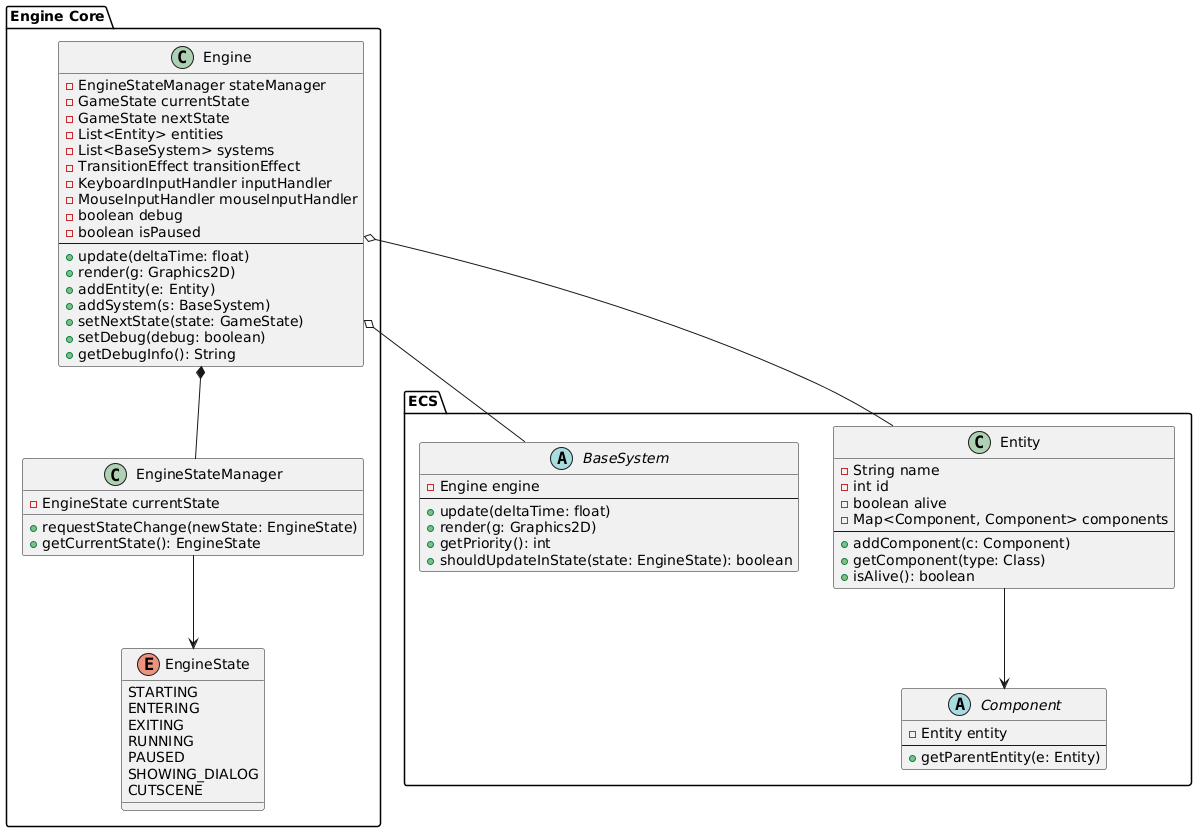
This is docs/it/engineUML.png from ncbarbieri/RetroEdge, a PlantUML export, as it was before one commit.
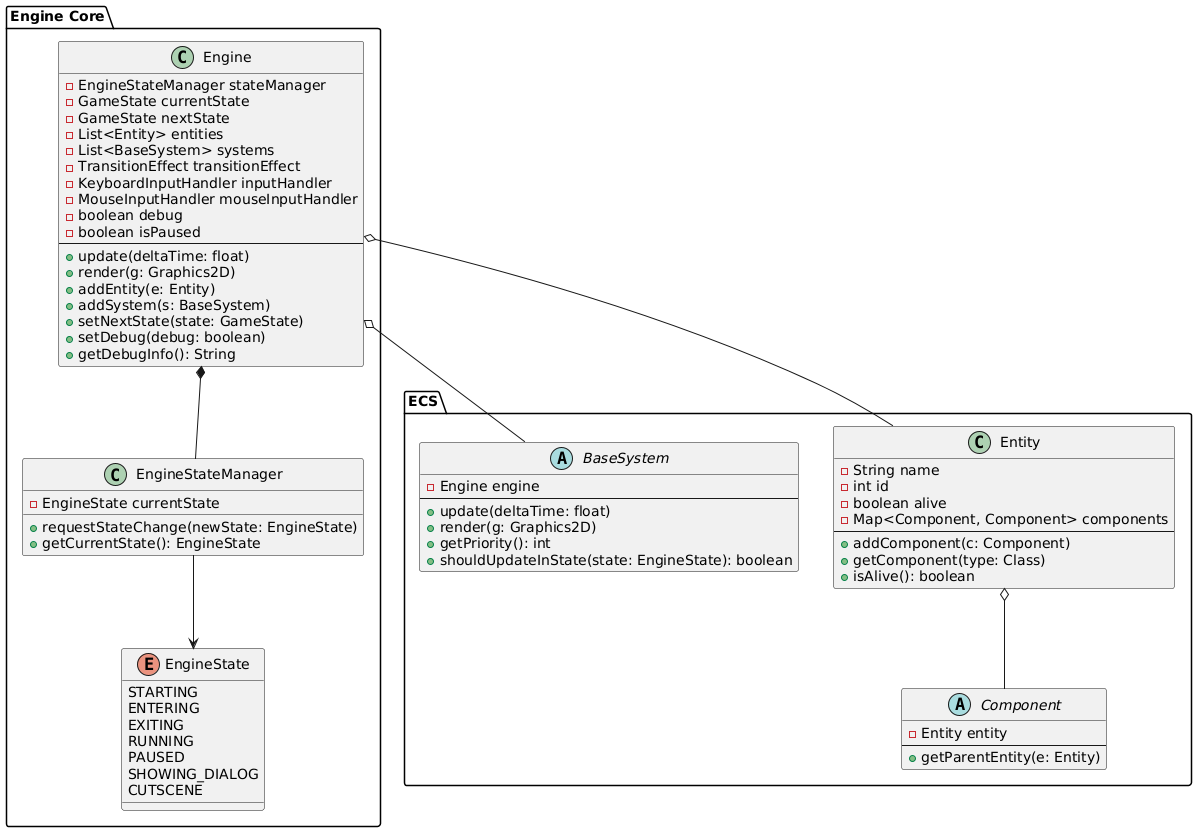
After the commit.

Diff of the diagram source:
```diff
@@ -69,6 +69,6 @@
 Engine *-- EngineStateManager
 Engine o-- Entity
 Engine o-- BaseSystem
-Entity --> Component
+Entity o-- Component
 EngineStateManager --> EngineState
 @enduml
```
